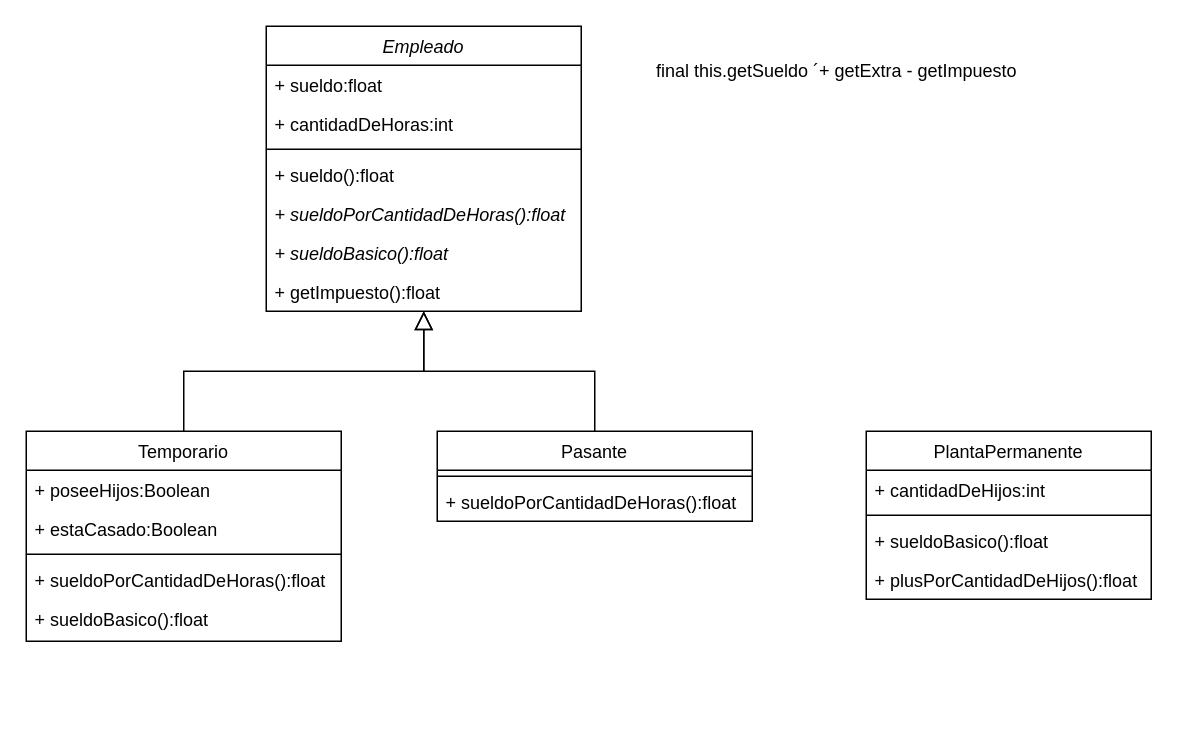
Earlier version of the draw.io diagram unq-po2-TemplateMethod-sueldosRecargados.drawio (nhubczyk/Diagramas-UML). Source tidied: cells renumbered, new cells numbered last; positions are measured from the earlier drawing's top-left corner, leaving out a move shared by most shapes. Both pictures are drawn from the tidied source at 150%, with x=0, y=0 at pixel (26, 26).
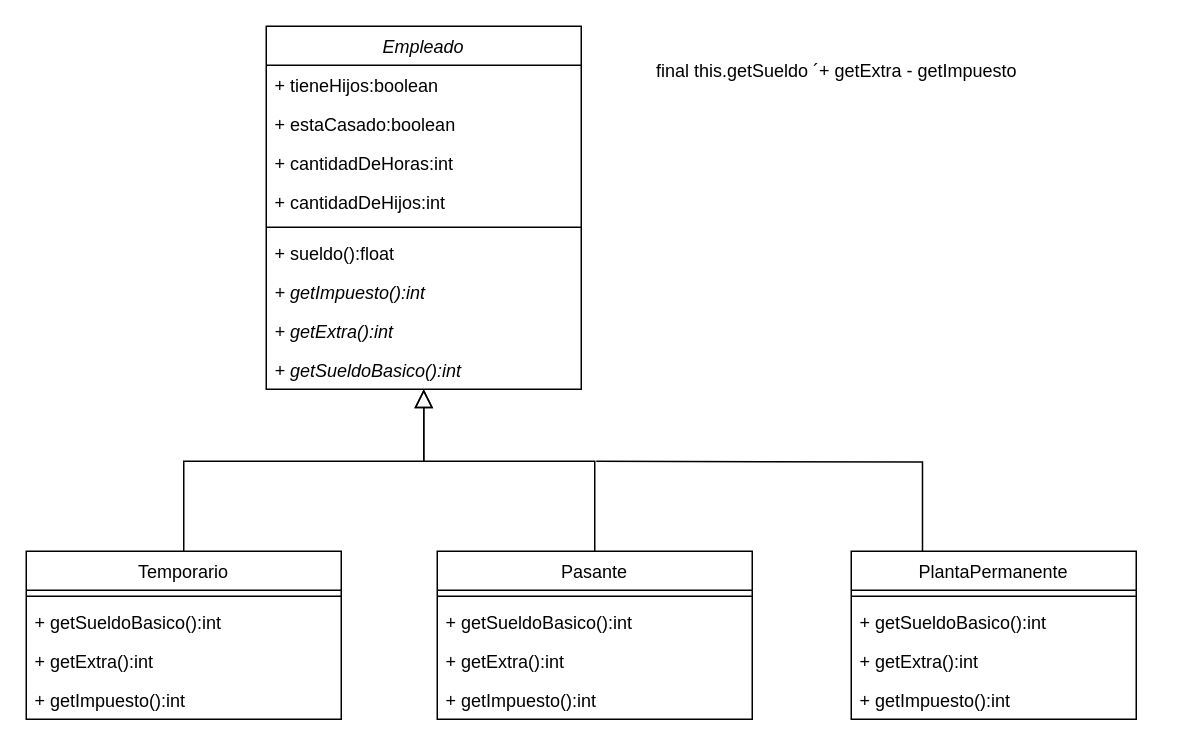
The same page after the edit.

The edit, as a diff of the source:
```diff
@@
     <mxCell id="2" value="Empleado" style="swimlane;fontStyle=2;align=center;verticalAlign=top;horizontal=1;startSize=26;rounded=0;shadow=0;strokeWidth=1;" parent="1" vertex="1">
-      <mxGeometry x="160" width="210" height="190" as="geometry" />
+      <mxGeometry x="160" width="210" height="242" as="geometry" />
     </mxCell>
-    <mxCell id="3" value="+ sueldo:float" style="text;align=left;verticalAlign=top;spacingLeft=4;spacingRight=4;overflow=hidden;" parent="2" vertex="1">
+    <mxCell id="3" value="+ tieneHijos:boolean" style="text;align=left;verticalAlign=top;spacingLeft=4;spacingRight=4;overflow=hidden;" parent="2" vertex="1">
       <mxGeometry y="26" width="210" height="26" as="geometry" />
     </mxCell>
+    <mxCell id="27" value="+ estaCasado:boolean" style="text;align=left;verticalAlign=top;spacingLeft=4;spacingRight=4;overflow=hidden;" parent="2" vertex="1">
+      <mxGeometry y="52" width="210" height="26" as="geometry" />
+    </mxCell>
     <mxCell id="4" value="+ cantidadDeHoras:int" style="text;align=left;verticalAlign=top;spacingLeft=4;spacingRight=4;overflow=hidden;" parent="2" vertex="1">
-      <mxGeometry y="52" width="210" height="26" as="geometry" />
+      <mxGeometry y="78" width="210" height="26" as="geometry" />
     </mxCell>
+    <mxCell id="22" value="+ cantidadDeHijos:int" style="text;align=left;verticalAlign=top;spacingLeft=4;spacingRight=4;overflow=hidden;" parent="2" vertex="1">
+      <mxGeometry y="104" width="210" height="26" as="geometry" />
+    </mxCell>
     <mxCell id="5" style="line;html=1;strokeWidth=1;align=left;verticalAlign=middle;spacingTop=-1;spacingLeft=3;spacingRight=3;labelPosition=right;" parent="2" vertex="1">
-      <mxGeometry y="78" width="210" height="8" as="geometry" />
+      <mxGeometry y="130" width="210" height="8" as="geometry" />
     </mxCell>
     <mxCell id="6" value="+ sueldo():float" style="text;align=left;verticalAlign=top;spacingLeft=4;spacingRight=4;overflow=hidden;fontStyle=0;" parent="2" vertex="1">
-      <mxGeometry y="86" width="210" height="26" as="geometry" />
+      <mxGeometry y="138" width="210" height="26" as="geometry" />
     </mxCell>
-    <mxCell id="7" value="+ sueldoPorCantidadDeHoras():float" style="text;align=left;verticalAlign=top;spacingLeft=4;spacingRight=4;overflow=hidden;fontStyle=2;" parent="2" vertex="1">
-      <mxGeometry y="112" width="210" height="26" as="geometry" />
+    <mxCell id="7" value="+ getImpuesto():int" style="text;align=left;verticalAlign=top;spacingLeft=4;spacingRight=4;overflow=hidden;fontStyle=2;" parent="2" vertex="1">
+      <mxGeometry y="164" width="210" height="26" as="geometry" />
     </mxCell>
-    <mxCell id="8" value="+ sueldoBasico():float&#10;" style="text;align=left;verticalAlign=top;spacingLeft=4;spacingRight=4;overflow=hidden;fontStyle=2;" parent="2" vertex="1">
-      <mxGeometry y="138" width="210" height="26" as="geometry" />
+    <mxCell id="8" value="+ getExtra():int" style="text;align=left;verticalAlign=top;spacingLeft=4;spacingRight=4;overflow=hidden;fontStyle=2;" parent="2" vertex="1">
+      <mxGeometry y="190" width="210" height="26" as="geometry" />
     </mxCell>
-    <mxCell id="9" value="+ getImpuesto():float" style="text;align=left;verticalAlign=top;spacingLeft=4;spacingRight=4;overflow=hidden;fontStyle=0;" parent="2" vertex="1">
-      <mxGeometry y="164" width="210" height="26" as="geometry" />
+    <mxCell id="9" value="+ getSueldoBasico():int" style="text;align=left;verticalAlign=top;spacingLeft=4;spacingRight=4;overflow=hidden;fontStyle=2;" parent="2" vertex="1">
+      <mxGeometry y="216" width="210" height="26" as="geometry" />
     </mxCell>
     <mxCell id="10" value="Temporario" style="swimlane;fontStyle=0;align=center;verticalAlign=top;horizontal=1;startSize=26;rounded=0;shadow=0;strokeWidth=1;" parent="1" vertex="1">
-      <mxGeometry y="270" width="210" height="140" as="geometry" />
+      <mxGeometry y="350" width="210" height="112" as="geometry" />
     </mxCell>
-    <mxCell id="11" value="+ poseeHijos:Boolean" style="text;align=left;verticalAlign=top;spacingLeft=4;spacingRight=4;overflow=hidden;rounded=0;shadow=0;html=0;" parent="10" vertex="1">
-      <mxGeometry y="26" width="210" height="26" as="geometry" />
-    </mxCell>
-    <mxCell id="12" value="+ estaCasado:Boolean" style="text;align=left;verticalAlign=top;spacingLeft=4;spacingRight=4;overflow=hidden;rounded=0;shadow=0;html=0;" parent="10" vertex="1">
-      <mxGeometry y="52" width="210" height="26" as="geometry" />
-    </mxCell>
     <mxCell id="13" style="line;html=1;strokeWidth=1;align=left;verticalAlign=middle;spacingTop=-1;spacingLeft=3;spacingRight=3;labelPosition=right;" parent="10" vertex="1">
-      <mxGeometry y="78" width="210" height="8" as="geometry" />
+      <mxGeometry y="26" width="210" height="8" as="geometry" />
     </mxCell>
-    <mxCell id="14" value="+ sueldoPorCantidadDeHoras():float" style="text;align=left;verticalAlign=top;spacingLeft=4;spacingRight=4;overflow=hidden;fontStyle=0;" parent="10" vertex="1">
-      <mxGeometry y="86" width="210" height="26" as="geometry" />
-    </mxCell>
-    <mxCell id="15" value="+ sueldoBasico():float&#10;" style="text;align=left;verticalAlign=top;spacingLeft=4;spacingRight=4;overflow=hidden;fontStyle=0;" parent="10" vertex="1">
-      <mxGeometry y="112" width="210" height="26" as="geometry" />
-    </mxCell>
+    <mxCell id="28" value="+ getSueldoBasico():int" style="text;align=left;verticalAlign=top;spacingLeft=4;spacingRight=4;overflow=hidden;fontStyle=0;" parent="10" vertex="1">
+      <mxGeometry y="34" width="210" height="26" as="geometry" />
+    </mxCell>
+    <mxCell id="29" value="+ getExtra():int" style="text;align=left;verticalAlign=top;spacingLeft=4;spacingRight=4;overflow=hidden;fontStyle=0;" parent="10" vertex="1">
+      <mxGeometry y="60" width="210" height="26" as="geometry" />
+    </mxCell>
+    <mxCell id="30" value="+ getImpuesto():int" style="text;align=left;verticalAlign=top;spacingLeft=4;spacingRight=4;overflow=hidden;fontStyle=0;" parent="10" vertex="1">
+      <mxGeometry y="86" width="210" height="26" as="geometry" />
+    </mxCell>
     <mxCell id="16" style="endArrow=block;endSize=10;endFill=0;shadow=0;strokeWidth=1;rounded=0;edgeStyle=elbowEdgeStyle;elbow=vertical;" parent="1" edge="1" source="10" target="2">
-      <mxGeometry relative="1" as="geometry" />
+      <mxGeometry relative="1" as="geometry">
+        <Array as="points">
+          <mxPoint x="265" y="290" />
+        </Array>
+      </mxGeometry>
     </mxCell>
     <mxCell id="17" value="Pasante" style="swimlane;fontStyle=0;align=center;verticalAlign=top;horizontal=1;startSize=26;rounded=0;shadow=0;strokeWidth=1;" parent="1" vertex="1">
-      <mxGeometry x="274" y="270" width="210" height="60" as="geometry" />
+      <mxGeometry x="274" y="350" width="210" height="112" as="geometry" />
     </mxCell>
@@
-    <mxCell id="19" value="+ sueldoPorCantidadDeHoras():float" style="text;align=left;verticalAlign=top;spacingLeft=4;spacingRight=4;overflow=hidden;fontStyle=0;" parent="17" vertex="1">
-      <mxGeometry y="34" width="210" height="26" as="geometry" />
-    </mxCell>
+    <mxCell id="31" value="+ getSueldoBasico():int" style="text;align=left;verticalAlign=top;spacingLeft=4;spacingRight=4;overflow=hidden;fontStyle=0;" parent="17" vertex="1">
+      <mxGeometry y="34" width="210" height="26" as="geometry" />
+    </mxCell>
+    <mxCell id="32" value="+ getExtra():int" style="text;align=left;verticalAlign=top;spacingLeft=4;spacingRight=4;overflow=hidden;fontStyle=0;" parent="17" vertex="1">
+      <mxGeometry y="60" width="210" height="26" as="geometry" />
+    </mxCell>
+    <mxCell id="33" value="+ getImpuesto():int" style="text;align=left;verticalAlign=top;spacingLeft=4;spacingRight=4;overflow=hidden;fontStyle=0;" parent="17" vertex="1">
+      <mxGeometry y="86" width="210" height="26" as="geometry" />
+    </mxCell>
     <mxCell id="20" style="endArrow=block;endSize=10;endFill=0;shadow=0;strokeWidth=1;rounded=0;edgeStyle=elbowEdgeStyle;elbow=vertical;" parent="1" edge="1" source="17" target="2">
-      <mxGeometry relative="1" as="geometry" />
+      <mxGeometry relative="1" as="geometry">
+        <Array as="points">
+          <mxPoint x="379" y="290" />
+        </Array>
+      </mxGeometry>
     </mxCell>
     <mxCell id="21" value="PlantaPermanente" style="swimlane;fontStyle=0;align=center;verticalAlign=top;horizontal=1;startSize=26;rounded=0;shadow=0;strokeWidth=1;" parent="1" vertex="1">
-      <mxGeometry x="560" y="270" width="190" height="112" as="geometry" />
+      <mxGeometry x="550" y="350" width="190" height="112" as="geometry" />
     </mxCell>
-    <mxCell id="22" value="+ cantidadDeHijos:int" style="text;align=left;verticalAlign=top;spacingLeft=4;spacingRight=4;overflow=hidden;" parent="21" vertex="1">
-      <mxGeometry y="26" width="190" height="26" as="geometry" />
-    </mxCell>
     <mxCell id="23" style="line;html=1;strokeWidth=1;align=left;verticalAlign=middle;spacingTop=-1;spacingLeft=3;spacingRight=3;labelPosition=right;" parent="21" vertex="1">
-      <mxGeometry y="52" width="190" height="8" as="geometry" />
+      <mxGeometry y="26" width="190" height="8" as="geometry" />
     </mxCell>
-    <mxCell id="24" value="+ sueldoBasico():float&#10;" style="text;align=left;verticalAlign=top;spacingLeft=4;spacingRight=4;overflow=hidden;fontStyle=0;" parent="21" vertex="1">
-      <mxGeometry y="60" width="190" height="26" as="geometry" />
-    </mxCell>
-    <mxCell id="25" value="+ plusPorCantidadDeHijos():float" style="text;align=left;verticalAlign=top;spacingLeft=4;spacingRight=4;overflow=hidden;fontStyle=0;" parent="21" vertex="1">
-      <mxGeometry y="86" width="190" height="26" as="geometry" />
-    </mxCell>
+    <mxCell id="34" value="+ getSueldoBasico():int" style="text;align=left;verticalAlign=top;spacingLeft=4;spacingRight=4;overflow=hidden;fontStyle=0;" parent="21" vertex="1">
+      <mxGeometry y="34" width="190" height="26" as="geometry" />
+    </mxCell>
+    <mxCell id="35" value="+ getExtra():int" style="text;align=left;verticalAlign=top;spacingLeft=4;spacingRight=4;overflow=hidden;fontStyle=0;" parent="21" vertex="1">
+      <mxGeometry y="60" width="190" height="26" as="geometry" />
+    </mxCell>
+    <mxCell id="36" value="+ getImpuesto():int" style="text;align=left;verticalAlign=top;spacingLeft=4;spacingRight=4;overflow=hidden;fontStyle=0;" parent="21" vertex="1">
+      <mxGeometry y="86" width="190" height="26" as="geometry" />
+    </mxCell>
@@
+    <mxCell id="37" style="endArrow=none;html=1;edgeStyle=orthogonalEdgeStyle;rounded=0;entryX=0.25;entryY=0;entryDx=0;entryDy=0;" parent="1" edge="1" target="21">
+      <mxGeometry relative="1" as="geometry">
+        <mxPoint x="380" y="290" as="sourcePoint" />
+      </mxGeometry>
+    </mxCell>
```
